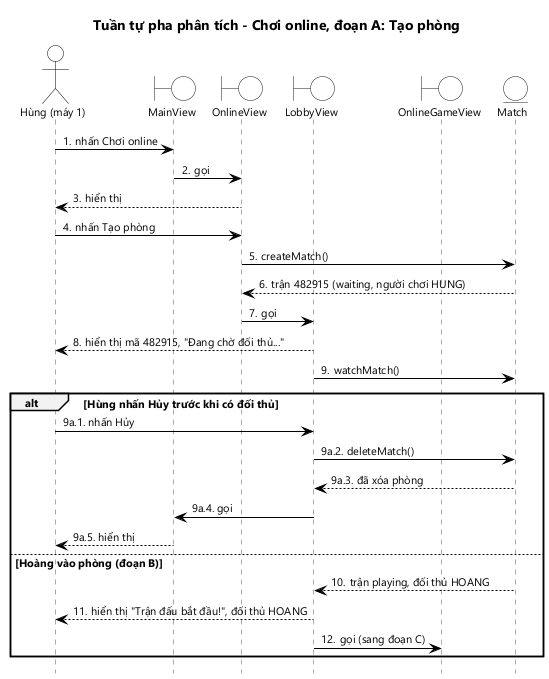
Before: docs/hung/tuan-tu-phan-tich-uc05a.png, a diagram exported from PlantUML (HungNguyenBa1811/math-dash). Source of this version:
```plantuml
@startuml tuan-tu-phan-tich-uc05a
!include _seq.iuml
title Tuần tự pha phân tích - Chơi online, đoạn A: Tạo phòng

actor "Hùng (máy 1)" as U
boundary MainView as MV
boundary OnlineView as OV
boundary LobbyView as LV
boundary OnlineGameView as GV
entity Match as M

U -> MV : nhấn Chơi online
MV -> OV : gọi
OV --> U : hiển thị
U -> OV : nhấn Tạo phòng
OV -> M : createMatch()
M --> OV : trận 482915 (waiting, người chơi HUNG)
OV -> LV : gọi
LV --> U : hiển thị mã 482915, "Đang chờ đối thủ..."
LV -> M : watchMatch()
alt Hùng nhấn Hủy trước khi có đối thủ
  autonumber stop
  U -> LV : 9a.1. nhấn Hủy
  LV -> M : 9a.2. deleteMatch()
  M --> LV : 9a.3. đã xóa phòng
  LV -> MV : 9a.4. gọi
  MV --> U : 9a.5. hiển thị
  autonumber resume
else Hoàng vào phòng (đoạn B)
  M --> LV : trận playing, đối thủ HOANG
  LV --> U : hiển thị "Trận đấu bắt đầu!", đối thủ HOANG
  LV -> GV : gọi (sang đoạn C)
end
@enduml
```
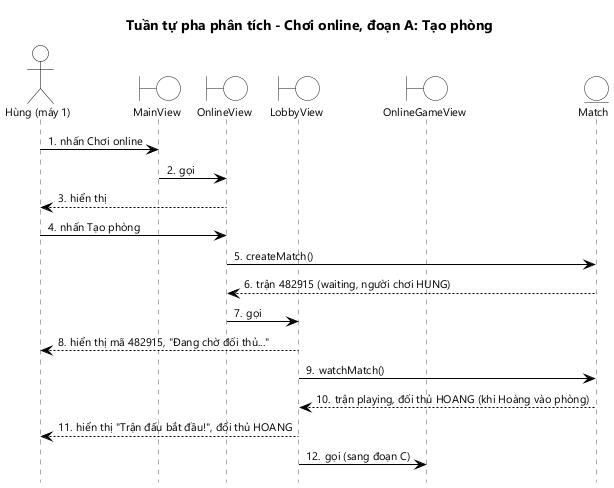
Later version of the same file.

The edit, as a diff of the source:
```diff
@@ -18,17 +18,7 @@
 OV -> LV : gọi
 LV --> U : hiển thị mã 482915, "Đang chờ đối thủ..."
 LV -> M : watchMatch()
-alt Hùng nhấn Hủy trước khi có đối thủ
-  autonumber stop
-  U -> LV : 9a.1. nhấn Hủy
-  LV -> M : 9a.2. deleteMatch()
-  M --> LV : 9a.3. đã xóa phòng
-  LV -> MV : 9a.4. gọi
-  MV --> U : 9a.5. hiển thị
-  autonumber resume
-else Hoàng vào phòng (đoạn B)
-  M --> LV : trận playing, đối thủ HOANG
-  LV --> U : hiển thị "Trận đấu bắt đầu!", đối thủ HOANG
-  LV -> GV : gọi (sang đoạn C)
-end
+M --> LV : trận playing, đối thủ HOANG (khi Hoàng vào phòng)
+LV --> U : hiển thị "Trận đấu bắt đầu!", đối thủ HOANG
+LV -> GV : gọi (sang đoạn C)
 @enduml
```
